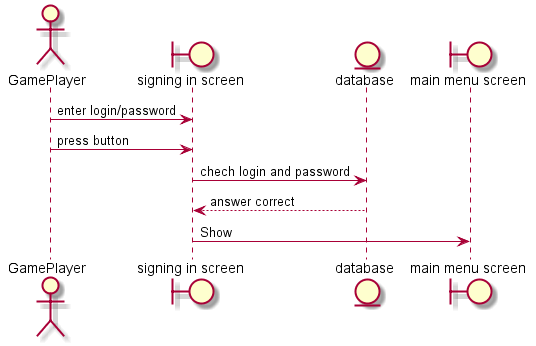
Above: sign_in_sequence.png in pharret31/bomberplan (PlantUML), before the change. Its diagram source:
```plantuml
@startuml
actor GamePlayer

boundary "signing in screen" as signing_in_screen
entity database
boundary "main menu screen" as main_screen



GamePlayer -> signing_in_screen- : enter login/password

GamePlayer -> signing_in_screen- : press button

signing_in_screen-> database: chech login and password

database --> signing_in_screen: answer correct

signing_in_screen-> main_screen: Show

@enduml
```
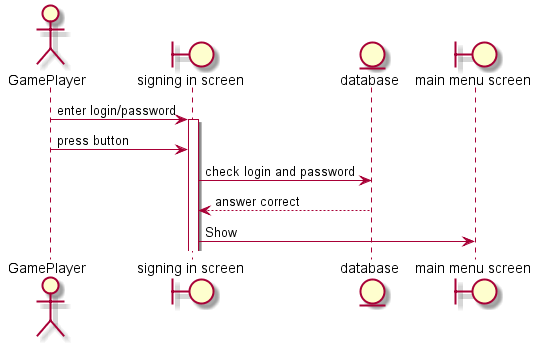
Later version of the same file.

Commit message:
new diagramm sequence sign_in

The edit, as a diff of the source:
```diff
@@ -9,9 +9,10 @@
 
 GamePlayer -> signing_in_screen- : enter login/password
 
+activate signing_in_screen
 GamePlayer -> signing_in_screen- : press button
 
-signing_in_screen-> database: chech login and password
+signing_in_screen-> database: check login and password
 
 database --> signing_in_screen: answer correct
 
```
